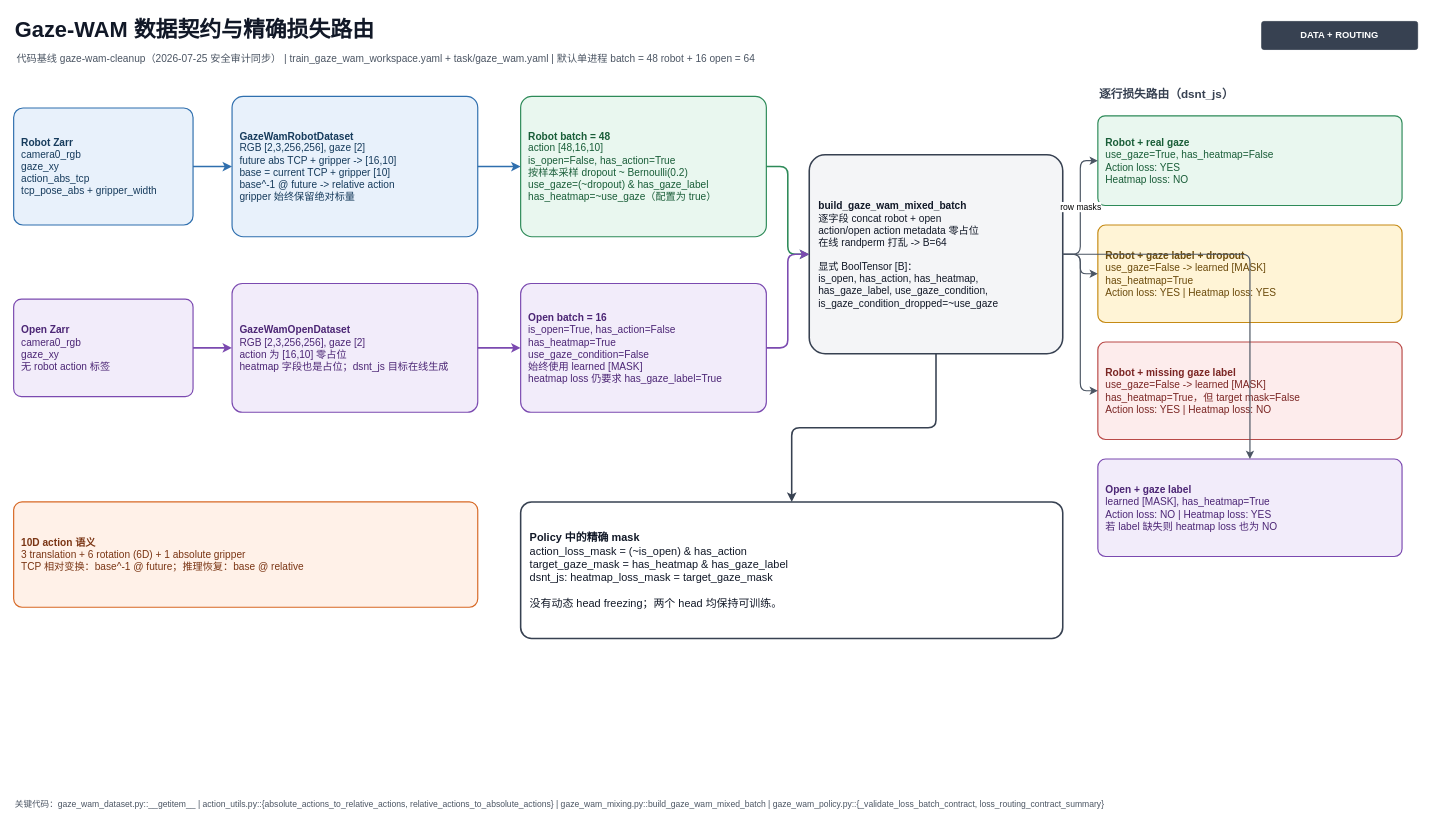
Spphire/gaze-dp keeps this draw.io diagram as page "01 数据与损失路由" (1 of 4) of gaze_wam_architecture_code_aligned.drawio. Above is the earlier version. Source tidied: cells renumbered, new cells numbered last; positions are measured from the earlier drawing's top-left corner, leaving out a move shared by most shapes. Both pictures are drawn from the tidied source at 78%, with x=0, y=0 at pixel (13, 13).
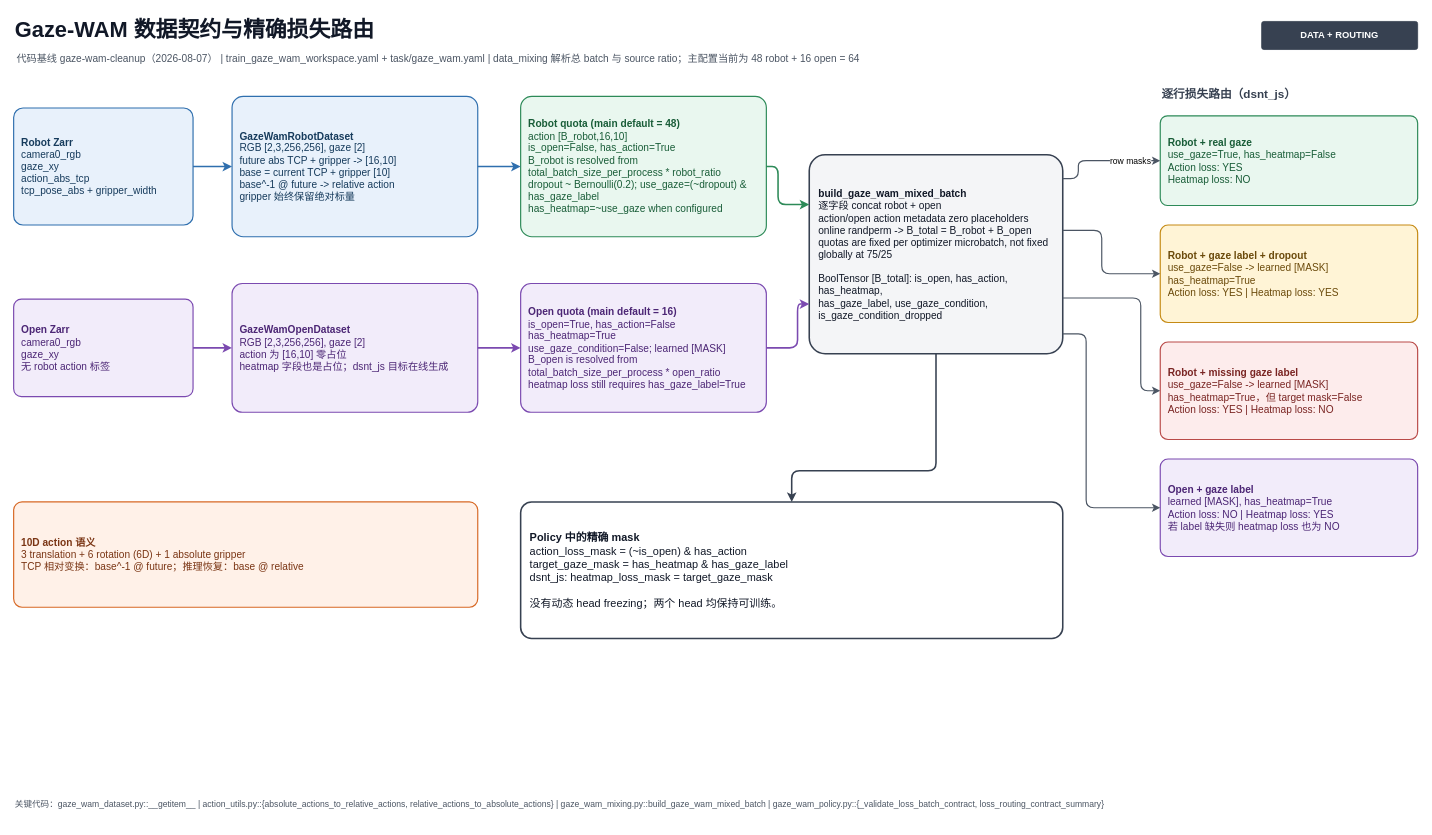
After the change.

The change refers to these unchanged cells:
```xml
<mxCell id="5" value="&lt;b&gt;Robot Zarr&lt;/b&gt;&lt;br&gt;camera0_rgb&lt;br&gt;gaze_xy&lt;br&gt;action_abs_tcp&lt;br&gt;tcp_pose_abs + gripper_width" style="rounded=1;whiteSpace=wrap;html=1;arcSize=8;strokeWidth=1.5;fontFamily=Arial;fontSize=13;align=left;verticalAlign=middle;spacing=10;fillColor=#E8F1FB;strokeColor=#2F6FAE;fontColor=#163B5C;" parent="1" vertex="1">
  <mxGeometry y="121" width="230" height="150" as="geometry" />
</mxCell>
<mxCell id="6" value="&lt;b&gt;GazeWamRobotDataset&lt;/b&gt;&lt;br&gt;RGB [2,3,256,256], gaze [2]&lt;br&gt;future abs TCP + gripper -&gt; [16,10]&lt;br&gt;base = current TCP + gripper [10]&lt;br&gt;base^-1 @ future -&gt; relative action&lt;br&gt;gripper 始终保留绝对标量" style="rounded=1;whiteSpace=wrap;html=1;arcSize=8;strokeWidth=1.5;fontFamily=Arial;fontSize=13;align=left;verticalAlign=middle;spacing=10;fillColor=#E8F1FB;strokeColor=#2F6FAE;fontColor=#163B5C;" parent="1" vertex="1">
  <mxGeometry x="280" y="106" width="315" height="180" as="geometry" />
</mxCell>
<mxCell id="8" value="&lt;b&gt;Open Zarr&lt;/b&gt;&lt;br&gt;camera0_rgb&lt;br&gt;gaze_xy&lt;br&gt;无 robot action 标签" style="rounded=1;whiteSpace=wrap;html=1;arcSize=8;strokeWidth=1.5;fontFamily=Arial;fontSize=13;align=left;verticalAlign=middle;spacing=10;fillColor=#F2ECFA;strokeColor=#7B4AB0;fontColor=#4C2675;" parent="1" vertex="1">
  <mxGeometry y="366" width="230" height="125" as="geometry" />
</mxCell>
<mxCell id="9" value="&lt;b&gt;GazeWamOpenDataset&lt;/b&gt;&lt;br&gt;RGB [2,3,256,256], gaze [2]&lt;br&gt;action 为 [16,10] 零占位&lt;br&gt;heatmap 字段也是占位；dsnt_js 目标在线生成" style="rounded=1;whiteSpace=wrap;html=1;arcSize=8;strokeWidth=1.5;fontFamily=Arial;fontSize=13;align=left;verticalAlign=middle;spacing=10;fillColor=#F2ECFA;strokeColor=#7B4AB0;fontColor=#4C2675;" parent="1" vertex="1">
  <mxGeometry x="280" y="346" width="315" height="165" as="geometry" />
</mxCell>
<mxCell id="17" value="&lt;b&gt;Policy 中的精确 mask&lt;/b&gt;&lt;br&gt;action_loss_mask = (~is_open) &amp; has_action&lt;br&gt;target_gaze_mask = has_heatmap &amp; has_gaze_label&lt;br&gt;dsnt_js: heatmap_loss_mask = target_gaze_mask&lt;br&gt;&lt;br&gt;没有动态 head freezing；两个 head 均保持可训练。" style="rounded=1;whiteSpace=wrap;html=1;arcSize=8;strokeWidth=2;fontFamily=Arial;fontSize=14;align=left;verticalAlign=middle;spacing=12;fillColor=#FFFFFF;strokeColor=#374151;fontColor=#111827;" parent="1" vertex="1">
  <mxGeometry x="650" y="626" width="695" height="175" as="geometry" />
</mxCell>
```

What changed in the source:
```diff
@@
-    <mxCell id="3" value="代码基线 gaze-wam-cleanup（2026-07-25 安全审计同步） | train_gaze_wam_workspace.yaml + task/gaze_wam.yaml | 默认单进程 batch = 48 robot + 16 open = 64" style="text;html=1;align=left;verticalAlign=middle;fontFamily=Arial;fontSize=13;fontColor=#4B5563;strokeColor=none;fillColor=none;" parent="1" vertex="1">
+    <mxCell id="3" value="代码基线 gaze-wam-cleanup（2026-08-07） | train_gaze_wam_workspace.yaml + task/gaze_wam.yaml | data_mixing 解析总 batch 与 source ratio；主配置当前为 48 robot + 16 open = 64" style="text;html=1;align=left;verticalAlign=middle;fontFamily=Arial;fontSize=13;fontColor=#4B5563;strokeColor=none;fillColor=none;" parent="1" vertex="1">
       <mxGeometry x="2" y="44" width="1460" height="28" as="geometry" />
     </mxCell>
@@
-    <mxCell id="7" value="&lt;b&gt;Robot batch = 48&lt;/b&gt;&lt;br&gt;action [48,16,10]&lt;br&gt;is_open=False, has_action=True&lt;br&gt;按样本采样 dropout ~ Bernoulli(0.2)&lt;br&gt;use_gaze=(~dropout) &amp; has_gaze_label&lt;br&gt;has_heatmap=~use_gaze（配置为 true）" style="rounded=1;whiteSpace=wrap;html=1;arcSize=8;strokeWidth=1.5;fontFamily=Arial;fontSize=13;align=left;verticalAlign=middle;spacing=10;fillColor=#E9F7EF;strokeColor=#2D8A58;fontColor=#195D38;" parent="1" vertex="1">
+    <mxCell id="7" value="&lt;b&gt;Robot quota (main default = 48)&lt;/b&gt;&lt;br&gt;action [B_robot,16,10]&lt;br&gt;is_open=False, has_action=True&lt;br&gt;B_robot is resolved from total_batch_size_per_process * robot_ratio&lt;br&gt;dropout ~ Bernoulli(0.2); use_gaze=(~dropout) &amp; has_gaze_label&lt;br&gt;has_heatmap=~use_gaze when configured" style="rounded=1;whiteSpace=wrap;html=1;arcSize=8;strokeWidth=1.5;fontFamily=Arial;fontSize=13;align=left;verticalAlign=middle;spacing=10;fillColor=#E9F7EF;strokeColor=#2D8A58;fontColor=#195D38;" parent="1" vertex="1">
       <mxGeometry x="650" y="106" width="315" height="180" as="geometry" />
     </mxCell>
@@
-    <mxCell id="10" value="&lt;b&gt;Open batch = 16&lt;/b&gt;&lt;br&gt;is_open=True, has_action=False&lt;br&gt;has_heatmap=True&lt;br&gt;use_gaze_condition=False&lt;br&gt;始终使用 learned [MASK]&lt;br&gt;heatmap loss 仍要求 has_gaze_label=True" style="rounded=1;whiteSpace=wrap;html=1;arcSize=8;strokeWidth=1.5;fontFamily=Arial;fontSize=13;align=left;verticalAlign=middle;spacing=10;fillColor=#F2ECFA;strokeColor=#7B4AB0;fontColor=#4C2675;" parent="1" vertex="1">
+    <mxCell id="10" value="&lt;b&gt;Open quota (main default = 16)&lt;/b&gt;&lt;br&gt;is_open=True, has_action=False&lt;br&gt;has_heatmap=True&lt;br&gt;use_gaze_condition=False; learned [MASK]&lt;br&gt;B_open is resolved from total_batch_size_per_process * open_ratio&lt;br&gt;heatmap loss still requires has_gaze_label=True" style="rounded=1;whiteSpace=wrap;html=1;arcSize=8;strokeWidth=1.5;fontFamily=Arial;fontSize=13;align=left;verticalAlign=middle;spacing=10;fillColor=#F2ECFA;strokeColor=#7B4AB0;fontColor=#4C2675;" parent="1" vertex="1">
       <mxGeometry x="650" y="346" width="315" height="165" as="geometry" />
     </mxCell>
-    <mxCell id="11" value="&lt;b&gt;build_gaze_wam_mixed_batch&lt;/b&gt;&lt;br&gt;逐字段 concat robot + open&lt;br&gt;action/open action metadata 零占位&lt;br&gt;在线 randperm 打乱 -&gt; B=64&lt;br&gt;&lt;br&gt;显式 BoolTensor [B]：&lt;br&gt;is_open, has_action, has_heatmap,&lt;br&gt;has_gaze_label, use_gaze_condition,&lt;br&gt;is_gaze_condition_dropped=~use_gaze" style="rounded=1;whiteSpace=wrap;html=1;arcSize=8;strokeWidth=2;fontFamily=Arial;fontSize=13;align=left;verticalAlign=middle;spacing=12;fillColor=#F4F5F7;strokeColor=#374151;fontColor=#111827;" parent="1" vertex="1">
+    <mxCell id="11" value="&lt;b&gt;build_gaze_wam_mixed_batch&lt;/b&gt;&lt;br&gt;逐字段 concat robot + open&lt;br&gt;action/open action metadata zero placeholders&lt;br&gt;online randperm -&gt; B_total = B_robot + B_open&lt;br&gt;quotas are fixed per optimizer microbatch, not fixed globally at 75/25&lt;br&gt;&lt;br&gt;BoolTensor [B_total]: is_open, has_action, has_heatmap,&lt;br&gt;has_gaze_label, use_gaze_condition, is_gaze_condition_dropped" style="rounded=1;whiteSpace=wrap;html=1;arcSize=8;strokeWidth=2;fontFamily=Arial;fontSize=13;align=left;verticalAlign=middle;spacing=12;fillColor=#F4F5F7;strokeColor=#374151;fontColor=#111827;" parent="1" vertex="1">
       <mxGeometry x="1020" y="181" width="325" height="255" as="geometry" />
     </mxCell>
     <mxCell id="12" value="逐行损失路由（dsnt_js）" style="text;html=1;align=left;verticalAlign=middle;fontFamily=Arial;fontSize=15;fontStyle=1;fontColor=#374151;strokeColor=none;fillColor=none;" parent="1" vertex="1">
-      <mxGeometry x="1390" y="88" width="390" height="30" as="geometry" />
+      <mxGeometry x="1470" y="88" width="330" height="30" as="geometry" />
     </mxCell>
     <mxCell id="13" value="&lt;b&gt;Robot + real gaze&lt;/b&gt;&lt;br&gt;use_gaze=True, has_heatmap=False&lt;br&gt;Action loss: YES&lt;br&gt;Heatmap loss: NO" style="rounded=1;whiteSpace=wrap;html=1;arcSize=8;strokeWidth=1.5;fontFamily=Arial;fontSize=13;align=left;verticalAlign=middle;spacing=10;fillColor=#E9F7EF;strokeColor=#2D8A58;fontColor=#195D38;" parent="1" vertex="1">
-      <mxGeometry x="1390" y="131" width="390" height="115" as="geometry" />
+      <mxGeometry x="1470" y="131" width="330" height="115" as="geometry" />
     </mxCell>
     <mxCell id="14" value="&lt;b&gt;Robot + gaze label + dropout&lt;/b&gt;&lt;br&gt;use_gaze=False -&gt; learned [MASK]&lt;br&gt;has_heatmap=True&lt;br&gt;Action loss: YES | Heatmap loss: YES" style="rounded=1;whiteSpace=wrap;html=1;arcSize=8;strokeWidth=1.5;fontFamily=Arial;fontSize=13;align=left;verticalAlign=middle;spacing=10;fillColor=#FFF4D6;strokeColor=#C58A14;fontColor=#6B4A0B;" parent="1" vertex="1">
-      <mxGeometry x="1390" y="271" width="390" height="125" as="geometry" />
+      <mxGeometry x="1470" y="271" width="330" height="125" as="geometry" />
     </mxCell>
     <mxCell id="15" value="&lt;b&gt;Robot + missing gaze label&lt;/b&gt;&lt;br&gt;use_gaze=False -&gt; learned [MASK]&lt;br&gt;has_heatmap=True，但 target mask=False&lt;br&gt;Action loss: YES | Heatmap loss: NO" style="rounded=1;whiteSpace=wrap;html=1;arcSize=8;strokeWidth=1.5;fontFamily=Arial;fontSize=13;align=left;verticalAlign=middle;spacing=10;fillColor=#FDECEC;strokeColor=#B94A48;fontColor=#7A2523;" parent="1" vertex="1">
-      <mxGeometry x="1390" y="421" width="390" height="125" as="geometry" />
+      <mxGeometry x="1470" y="421" width="330" height="125" as="geometry" />
     </mxCell>
     <mxCell id="16" value="&lt;b&gt;Open + gaze label&lt;/b&gt;&lt;br&gt;learned [MASK], has_heatmap=True&lt;br&gt;Action loss: NO | Heatmap loss: YES&lt;br&gt;若 label 缺失则 heatmap loss 也为 NO" style="rounded=1;whiteSpace=wrap;html=1;arcSize=8;strokeWidth=1.5;fontFamily=Arial;fontSize=13;align=left;verticalAlign=middle;spacing=10;fillColor=#F2ECFA;strokeColor=#7B4AB0;fontColor=#4C2675;" parent="1" vertex="1">
-      <mxGeometry x="1390" y="571" width="390" height="125" as="geometry" />
+      <mxGeometry x="1470" y="571" width="330" height="125" as="geometry" />
     </mxCell>
@@
-    <mxCell id="20" style="edgeStyle=orthogonalEdgeStyle;rounded=1;html=1;strokeColor=#2F6FAE;strokeWidth=2;endArrow=classic;" parent="1" edge="1" source="5" target="6">
+    <mxCell id="20" style="edgeStyle=orthogonalEdgeStyle;jettySize=auto;rounded=1;html=1;strokeColor=#2F6FAE;strokeWidth=2;endArrow=classic;exitX=1;exitY=0.5;entryX=0;entryY=0.5;" parent="1" edge="1" source="5" target="6">
       <mxGeometry relative="1" as="geometry" />
     </mxCell>
-    <mxCell id="21" style="edgeStyle=orthogonalEdgeStyle;rounded=1;html=1;strokeColor=#2F6FAE;strokeWidth=2;endArrow=classic;" parent="1" edge="1" source="6" target="7">
+    <mxCell id="21" style="edgeStyle=orthogonalEdgeStyle;jettySize=auto;rounded=1;html=1;strokeColor=#2F6FAE;strokeWidth=2;endArrow=classic;exitX=1;exitY=0.5;entryX=0;entryY=0.5;" parent="1" edge="1" source="6" target="7">
       <mxGeometry relative="1" as="geometry" />
     </mxCell>
-    <mxCell id="22" style="edgeStyle=orthogonalEdgeStyle;rounded=1;html=1;strokeColor=#7B4AB0;strokeWidth=2;endArrow=classic;" parent="1" edge="1" source="8" target="9">
+    <mxCell id="22" style="edgeStyle=orthogonalEdgeStyle;jettySize=auto;rounded=1;html=1;strokeColor=#7B4AB0;strokeWidth=2;endArrow=classic;exitX=1;exitY=0.5;entryX=0;entryY=0.5;" parent="1" edge="1" source="8" target="9">
       <mxGeometry relative="1" as="geometry" />
     </mxCell>
-    <mxCell id="23" style="edgeStyle=orthogonalEdgeStyle;rounded=1;html=1;strokeColor=#7B4AB0;strokeWidth=2;endArrow=classic;" parent="1" edge="1" source="9" target="10">
+    <mxCell id="23" style="edgeStyle=orthogonalEdgeStyle;jettySize=auto;rounded=1;html=1;strokeColor=#7B4AB0;strokeWidth=2;endArrow=classic;exitX=1;exitY=0.5;entryX=0;entryY=0.5;" parent="1" edge="1" source="9" target="10">
       <mxGeometry relative="1" as="geometry" />
     </mxCell>
-    <mxCell id="24" style="edgeStyle=orthogonalEdgeStyle;rounded=1;html=1;strokeColor=#2D8A58;strokeWidth=2;endArrow=classic;" parent="1" edge="1" source="7" target="11">
-      <mxGeometry relative="1" as="geometry" />
+    <mxCell id="24" style="edgeStyle=orthogonalEdgeStyle;jettySize=auto;rounded=1;html=1;strokeColor=#2D8A58;strokeWidth=2;endArrow=classic;exitX=1;exitY=0.5;entryX=0;entryY=0.25;" parent="1" edge="1" source="7" target="11">
+      <mxGeometry relative="1" as="geometry">
+        <Array as="points">
+          <mxPoint x="980" y="196" />
+          <mxPoint x="980" y="244.8" />
+        </Array>
+      </mxGeometry>
     </mxCell>
-    <mxCell id="25" style="edgeStyle=orthogonalEdgeStyle;rounded=1;html=1;strokeColor=#7B4AB0;strokeWidth=2;endArrow=classic;" parent="1" edge="1" source="10" target="11">
-      <mxGeometry relative="1" as="geometry" />
+    <mxCell id="25" style="edgeStyle=orthogonalEdgeStyle;jettySize=auto;rounded=1;html=1;strokeColor=#7B4AB0;strokeWidth=2;endArrow=classic;exitX=1;exitY=0.5;entryX=0;entryY=0.75;" parent="1" edge="1" source="10" target="11">
+      <mxGeometry relative="1" as="geometry">
+        <Array as="points">
+          <mxPoint x="1005" y="428.5" />
+          <mxPoint x="1005" y="372.2" />
+        </Array>
+      </mxGeometry>
     </mxCell>
-    <mxCell id="26" value="row masks" style="edgeStyle=orthogonalEdgeStyle;rounded=1;html=1;strokeColor=#4B5563;strokeWidth=1.5;endArrow=classic;fontSize=11;" parent="1" edge="1" source="11" target="13">
-      <mxGeometry relative="1" as="geometry" />
+    <mxCell id="26" value="row masks" style="edgeStyle=orthogonalEdgeStyle;jettySize=auto;rounded=1;html=1;strokeColor=#4B5563;strokeWidth=1.5;endArrow=classic;fontSize=11;exitX=1;exitY=0.12;entryX=0;entryY=0.5;labelPosition=right;verticalLabelPosition=middle;align=left;spacingLeft=8;" parent="1" edge="1" source="11" target="13">
+      <mxGeometry relative="1" as="geometry">
+        <Array as="points">
+          <mxPoint x="1365" y="211.6" />
+          <mxPoint x="1365" y="188.5" />
+        </Array>
+      </mxGeometry>
     </mxCell>
-    <mxCell id="27" style="edgeStyle=orthogonalEdgeStyle;rounded=1;html=1;strokeColor=#4B5563;strokeWidth=1.5;endArrow=classic;" parent="1" edge="1" source="11" target="14">
-      <mxGeometry relative="1" as="geometry" />
+    <mxCell id="27" style="edgeStyle=orthogonalEdgeStyle;jettySize=auto;rounded=1;html=1;strokeColor=#4B5563;strokeWidth=1.5;endArrow=classic;exitX=1;exitY=0.38;entryX=0;entryY=0.5;" parent="1" edge="1" source="11" target="14">
+      <mxGeometry relative="1" as="geometry">
+        <Array as="points">
+          <mxPoint x="1395" y="277.9" />
+          <mxPoint x="1395" y="333.5" />
+        </Array>
+      </mxGeometry>
     </mxCell>
-    <mxCell id="28" style="edgeStyle=orthogonalEdgeStyle;rounded=1;html=1;strokeColor=#4B5563;strokeWidth=1.5;endArrow=classic;" parent="1" edge="1" source="11" target="15">
-      <mxGeometry relative="1" as="geometry" />
+    <mxCell id="28" style="edgeStyle=orthogonalEdgeStyle;jettySize=auto;rounded=1;html=1;strokeColor=#4B5563;strokeWidth=1.5;endArrow=classic;exitX=1;exitY=0.72;entryX=0;entryY=0.5;" parent="1" edge="1" source="11" target="15">
+      <mxGeometry relative="1" as="geometry">
+        <Array as="points">
+          <mxPoint x="1445" y="364.6" />
+          <mxPoint x="1445" y="483.5" />
+        </Array>
+      </mxGeometry>
     </mxCell>
-    <mxCell id="29" style="edgeStyle=orthogonalEdgeStyle;rounded=1;html=1;strokeColor=#4B5563;strokeWidth=1.5;endArrow=classic;" parent="1" edge="1" source="11" target="16">
-      <mxGeometry relative="1" as="geometry" />
+    <mxCell id="29" style="edgeStyle=orthogonalEdgeStyle;jettySize=auto;rounded=1;html=1;strokeColor=#4B5563;strokeWidth=1.5;endArrow=classic;exitX=1;exitY=0.9;entryX=0;entryY=0.5;" parent="1" edge="1" source="11" target="16">
+      <mxGeometry relative="1" as="geometry">
+        <Array as="points">
+          <mxPoint x="1375" y="410.5" />
+          <mxPoint x="1375" y="633.5" />
+        </Array>
+      </mxGeometry>
     </mxCell>
-    <mxCell id="30" style="edgeStyle=orthogonalEdgeStyle;rounded=1;html=1;strokeColor=#374151;strokeWidth=2;endArrow=classic;" parent="1" edge="1" source="11" target="17">
-      <mxGeometry relative="1" as="geometry" />
+    <mxCell id="30" style="edgeStyle=orthogonalEdgeStyle;jettySize=auto;rounded=1;html=1;strokeColor=#374151;strokeWidth=2;endArrow=classic;exitX=0.5;exitY=1;entryX=0.5;entryY=0;" parent="1" edge="1" source="11" target="17">
+      <mxGeometry relative="1" as="geometry">
+        <Array as="points">
+          <mxPoint x="1182.5" y="586" />
+          <mxPoint x="997.5" y="586" />
+        </Array>
+      </mxGeometry>
     </mxCell>
```
